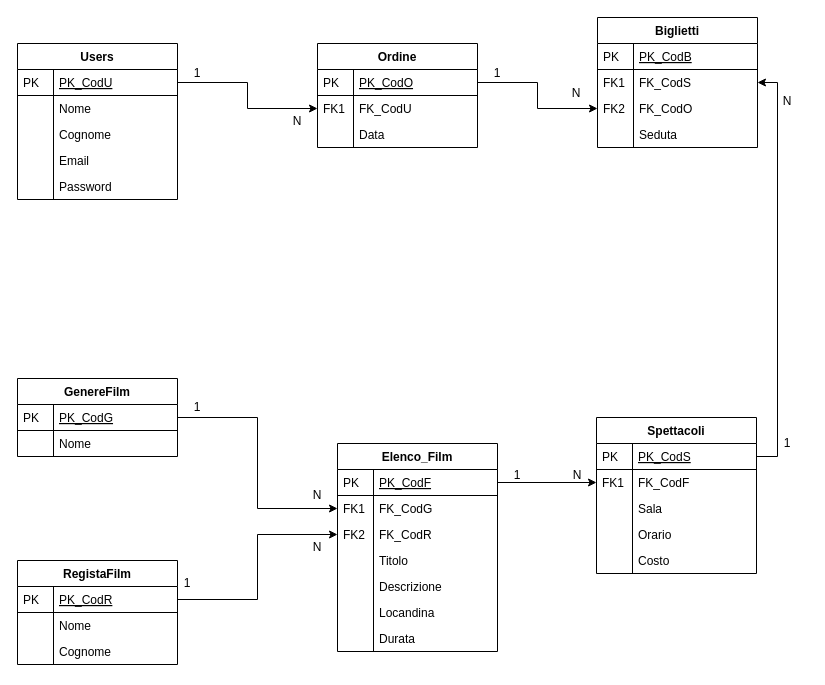
Earlier version of the draw.io diagram materiale aggiuntivo/DB.drawio (DenisCiammaricone/PrenotazioniCinema). Source tidied: cells renumbered, new cells numbered last; positions are measured from the earlier drawing's top-left corner, leaving out a move shared by most shapes. Both pictures are drawn from the tidied source at 100%, with x=0, y=0 at pixel (17, 17).
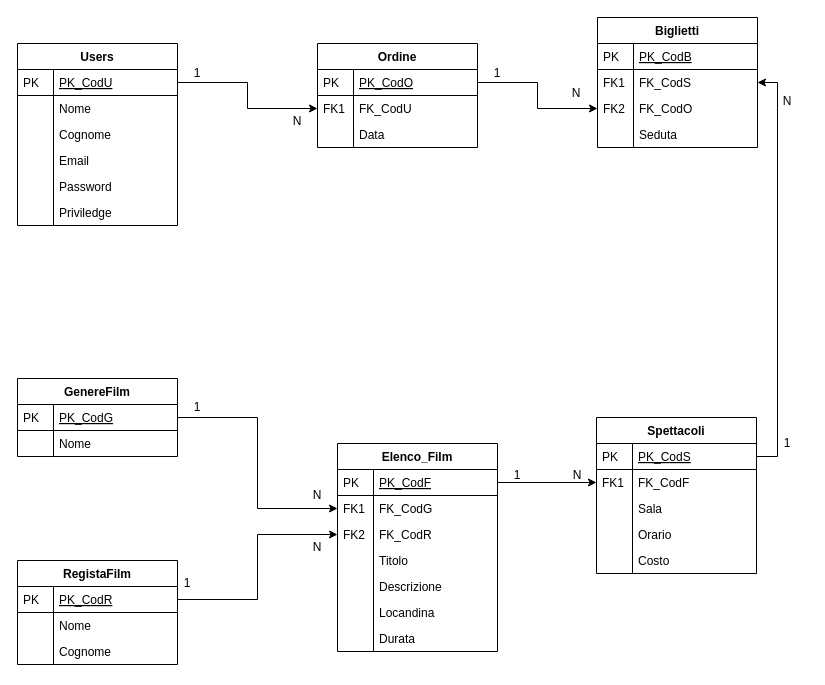
The same diagram, later.

Diff of the diagram source:
```diff
@@
     <mxCell id="2" value="Users" style="swimlane;fontStyle=1;horizontal=1;startSize=26;rounded=0;shadow=0;strokeWidth=1;" parent="1" vertex="1">
-      <mxGeometry y="26" width="160" height="156" as="geometry" />
+      <mxGeometry y="26" width="160" height="182" as="geometry" />
     </mxCell>
@@
+    <mxCell id="85" value="Priviledge" style="shape=partialRectangle;top=0;left=0;right=0;bottom=0;align=left;verticalAlign=top;fillColor=none;spacingLeft=40;spacingRight=4;overflow=hidden;rounded=0;shadow=0;strokeWidth=1;" parent="2" vertex="1">
+      <mxGeometry y="156" width="160" height="26" as="geometry" />
+    </mxCell>
+    <mxCell id="86" style="shape=partialRectangle;top=0;left=0;bottom=0;fillColor=none;align=left;verticalAlign=top;spacingLeft=4;spacingRight=4;overflow=hidden;" parent="85" vertex="1">
+      <mxGeometry width="36" height="26" as="geometry" />
+    </mxCell>
```
